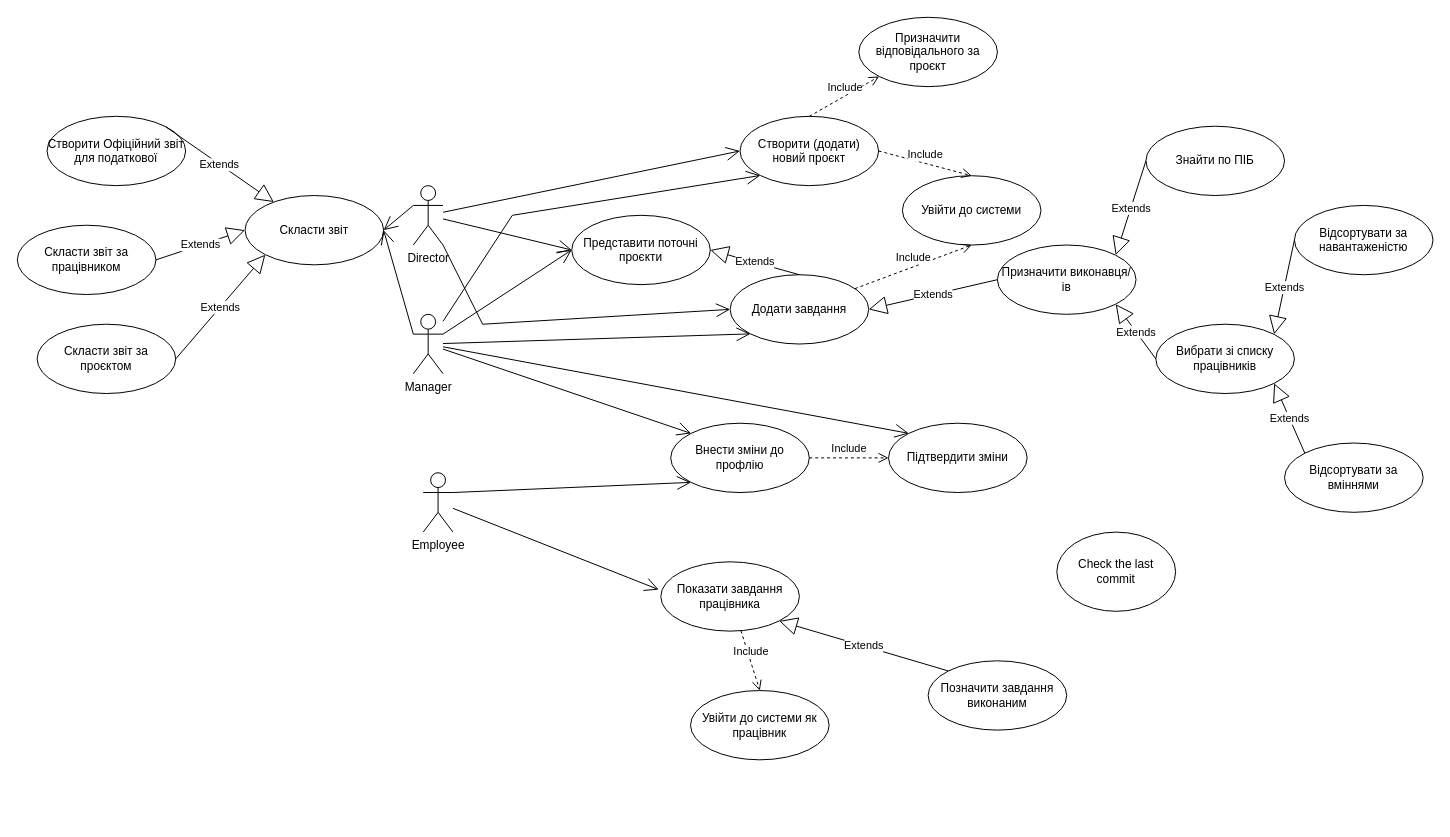
Above: Діаграма без назви.drawio in OleksandrPanasenko/AIS_projects-for-university- (draw.io), before the change. Source tidied: cells renumbered, new cells numbered last; positions are measured from the earlier drawing's top-left corner, leaving out a move shared by most shapes. Both pictures are drawn from the tidied source at 99%, with x=0, y=0 at pixel (17, 17).
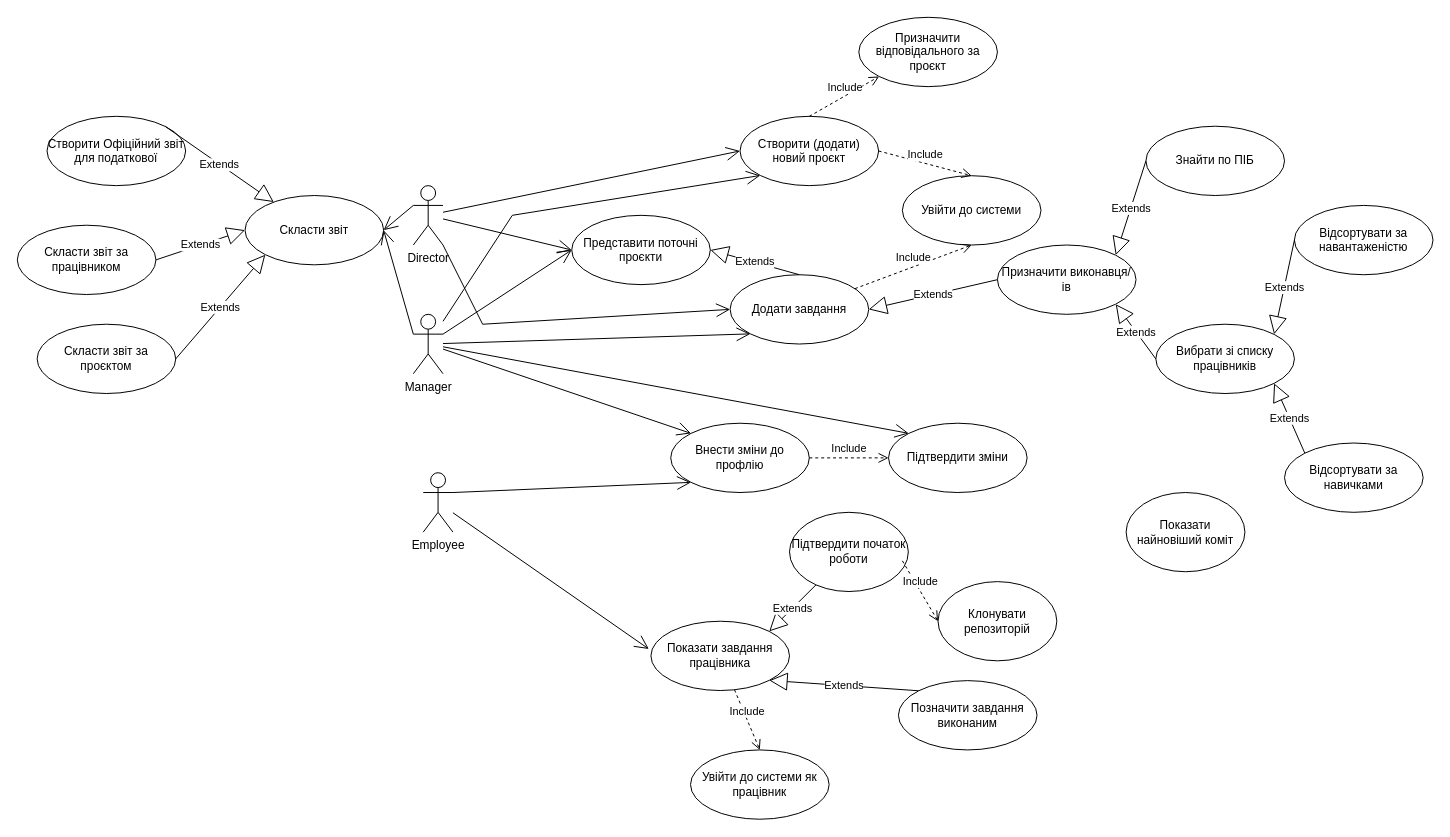
The same diagram, later.

What changed in the source:
```diff
@@
     <mxCell id="9" value="Показати завдання працівника" style="ellipse;whiteSpace=wrap;html=1;" parent="1" vertex="1">
-      <mxGeometry x="650" y="550" width="140" height="70" as="geometry" />
+      <mxGeometry x="640" y="610" width="140" height="70" as="geometry" />
     </mxCell>
@@
     <mxCell id="20" value="Увійти до системи як працівник" style="ellipse;whiteSpace=wrap;html=1;" parent="1" vertex="1">
-      <mxGeometry x="680" y="680" width="140" height="70" as="geometry" />
+      <mxGeometry x="680" y="740" width="140" height="70" as="geometry" />
     </mxCell>
@@
     <mxCell id="29" value="Позначити завдання виконаним" style="ellipse;whiteSpace=wrap;html=1;" parent="1" vertex="1">
-      <mxGeometry x="920" y="650" width="140" height="70" as="geometry" />
+      <mxGeometry x="890" y="670" width="140" height="70" as="geometry" />
     </mxCell>
@@
-    <mxCell id="36" value="Відсортувати за вміннями" style="ellipse;whiteSpace=wrap;html=1;" parent="1" vertex="1">
+    <mxCell id="36" value="Відсортувати за навичками" style="ellipse;whiteSpace=wrap;html=1;" parent="1" vertex="1">
       <mxGeometry x="1280" y="430" width="140" height="70" as="geometry" />
     </mxCell>
@@
-    <mxCell id="51" value="Check the last commit" style="ellipse;whiteSpace=wrap;html=1;" parent="1" vertex="1">
-      <mxGeometry x="1050" y="520" width="120" height="80" as="geometry" />
+    <mxCell id="51" value="Показати найновіший коміт" style="ellipse;whiteSpace=wrap;html=1;" parent="1" vertex="1">
+      <mxGeometry x="1120" y="480" width="120" height="80" as="geometry" />
     </mxCell>
+    <mxCell id="52" value="Підтвердити початок роботи" style="ellipse;whiteSpace=wrap;html=1;" parent="1" vertex="1">
+      <mxGeometry x="780" y="500" width="120" height="80" as="geometry" />
+    </mxCell>
+    <mxCell id="53" value="Клонувати репозиторій" style="ellipse;whiteSpace=wrap;html=1;" parent="1" vertex="1">
+      <mxGeometry x="930" y="570" width="120" height="80" as="geometry" />
+    </mxCell>
+    <mxCell id="54" value="Extends" style="endArrow=block;endSize=16;endFill=0;html=1;rounded=0;entryX=1;entryY=0;entryDx=0;entryDy=0;" parent="1" edge="1" source="52" target="9">
+      <mxGeometry relative="1" as="geometry" />
+    </mxCell>
+    <mxCell id="55" value="Include" style="html=1;verticalAlign=bottom;endArrow=open;dashed=1;endSize=8;curved=0;rounded=0;entryX=0;entryY=0.5;entryDx=0;entryDy=0;" parent="1" edge="1" target="53">
+      <mxGeometry relative="1" as="geometry">
+        <mxPoint x="894" y="549" as="sourcePoint" />
+      </mxGeometry>
+    </mxCell>
```
